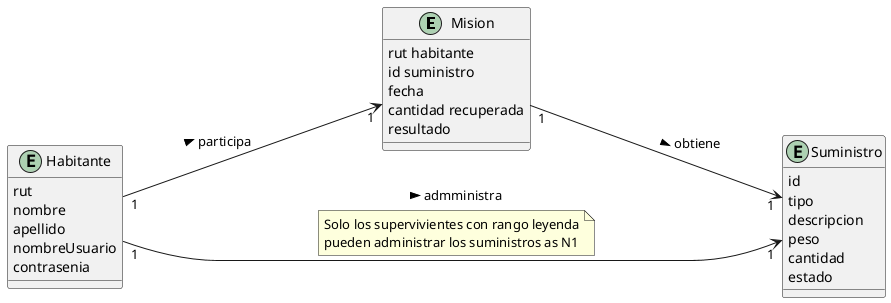
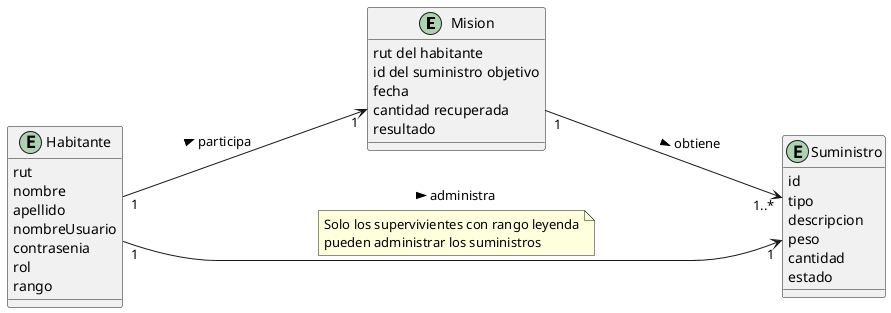
@startuml

left to right direction
entity Mision{
-     rut habitante
-     id suministro
+     rut del habitante
+     id del suministro objetivo
    fecha
    cantidad recuperada
    resultado
}

entity Habitante{
    rut
    nombre
    apellido
    nombreUsuario
    contrasenia
+     rol
+     rango
}

entity Suministro{
    id
    tipo
    descripcion
    peso
    cantidad
    estado
}


- Habitante"1"--->"1"Suministro: admministra >
- note on link: Solo los supervivientes con rango leyenda\npueden administrar los suministros as N1
+ Habitante"1"--->"1"Suministro: administra >
+ note on link: Solo los supervivientes con rango leyenda\npueden administrar los suministros

Habitante"1"--->"1"Mision: participa >

- Mision"1"--->"1"Suministro: obtiene >
+ Mision"1"--->"1..*"Suministro: obtiene >


@enduml